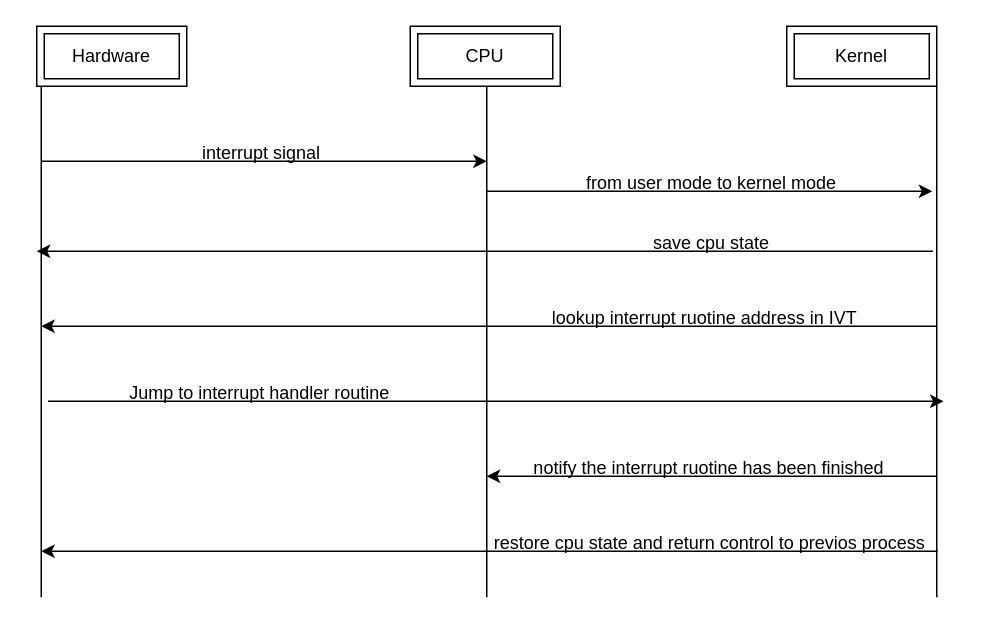
This is Docs/Interrupt flow.drawio from omerad1/Processes-and-Threads, a draw.io file, before an edit. Source tidied: cells renumbered, new cells numbered last; positions are measured from the earlier drawing's top-left corner, leaving out a move shared by most shapes. Both pictures are drawn from the tidied source at 150%, with x=0, y=0 at pixel (36, 26).
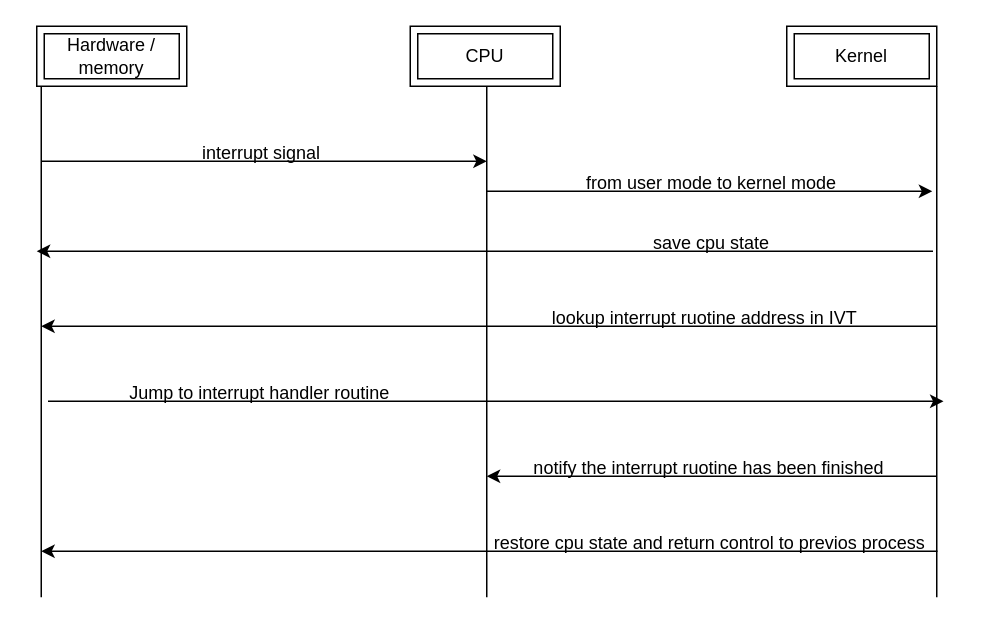
The same diagram, later.

What changed in the source:
```diff
@@
-    <mxCell id="2" value="Hardware" style="shape=ext;margin=3;double=1;whiteSpace=wrap;html=1;align=center;" parent="1" vertex="1">
+    <mxCell id="2" value="Hardware / memory" style="shape=ext;margin=3;double=1;whiteSpace=wrap;html=1;align=center;" parent="1" vertex="1">
       <mxGeometry width="100" height="40" as="geometry" />
     </mxCell>
```
